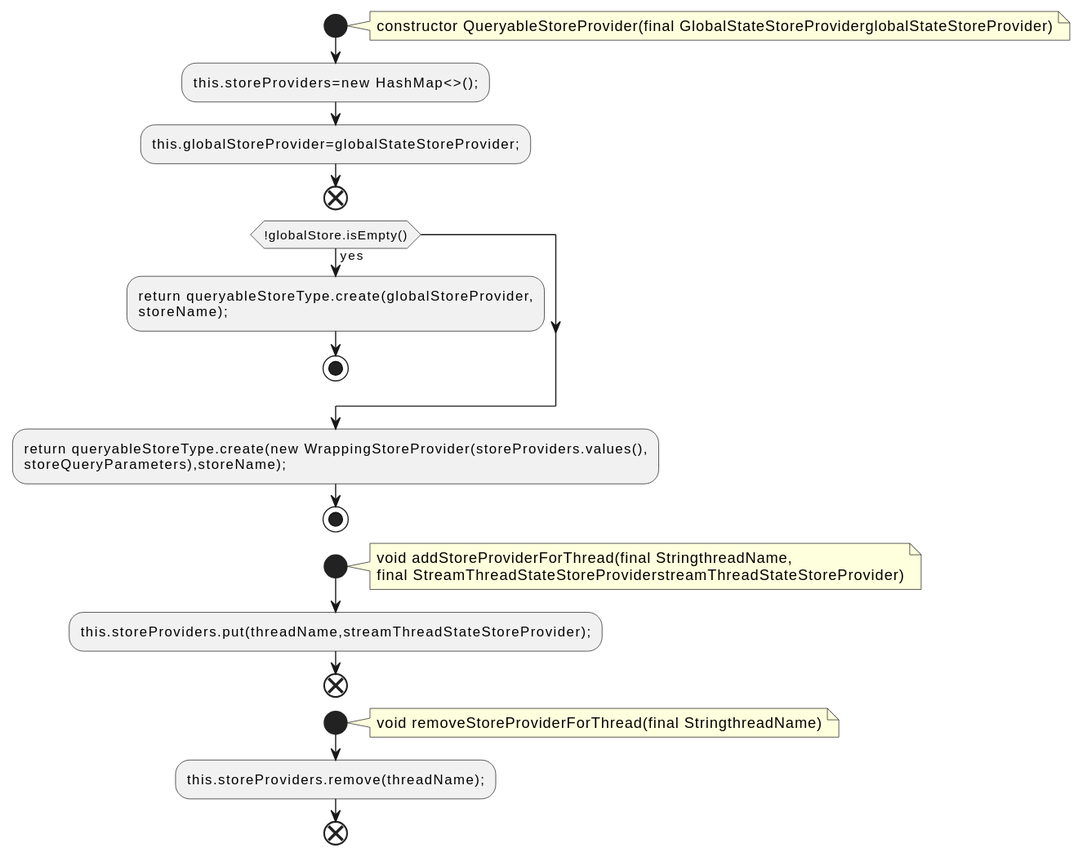
The PlantUML diagram docs/qc/streams/src/main/java/org/apache/kafka/streams/state/internals/QueryableStoreProvider.java.fct.svg in qualitesys/kafka, before a commit.
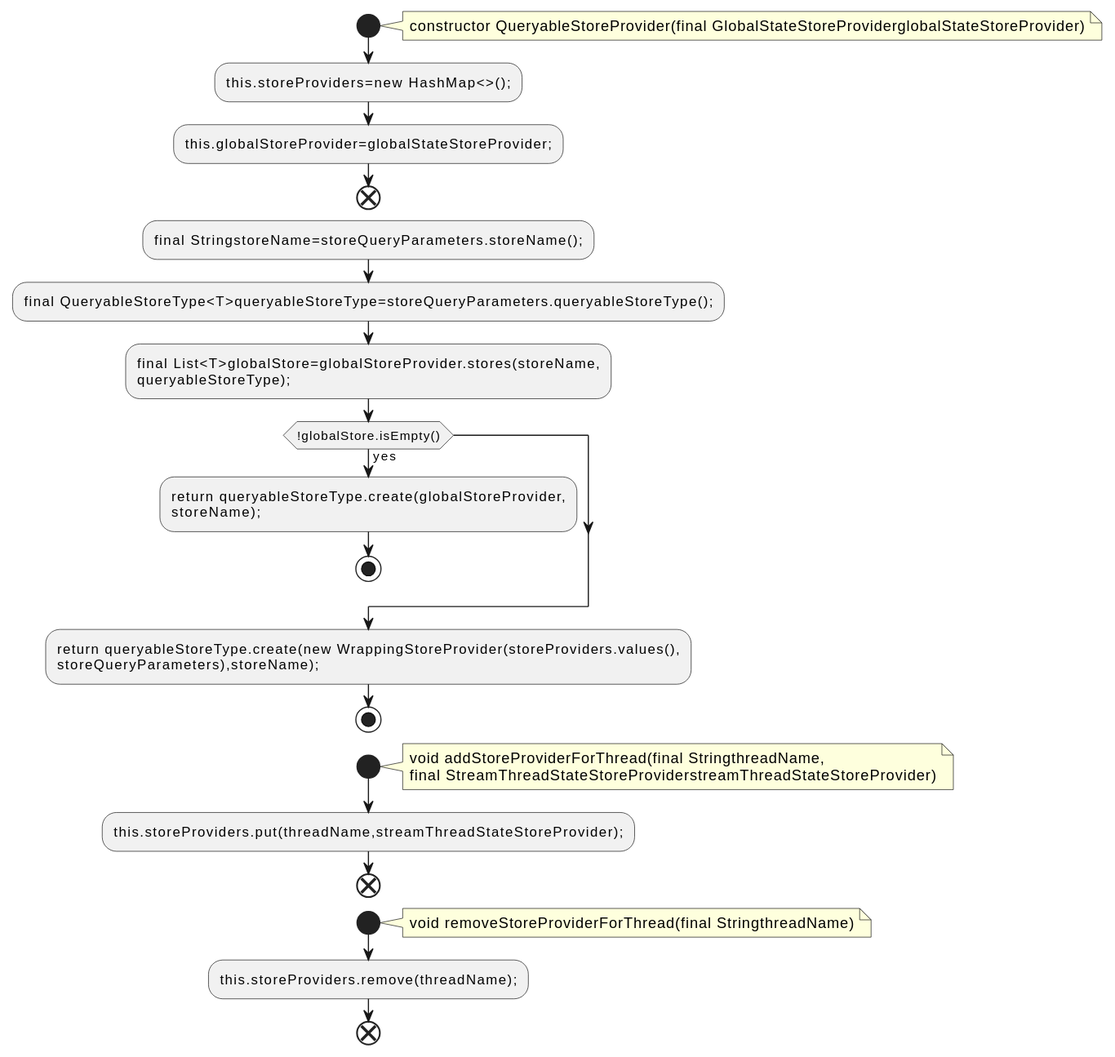
Above is the later version.

Diff of the diagram source:
```diff
@@ -7,6 +7,10 @@
 :this.storeProviders=new HashMap<>();;
 :this.globalStoreProvider=globalStateStoreProvider;;
 end
+:final StringstoreName=storeQueryParameters.storeName();;
+:final QueryableStoreType<T>queryableStoreType=storeQueryParameters.queryableStoreType();;
+:final List<T>globalStore=globalStoreProvider.stores(storeName,
+queryableStoreType);;
 if (!globalStore.isEmpty()) then (yes)
 :return queryableStoreType.create(globalStoreProvider,
 storeName);;
```
